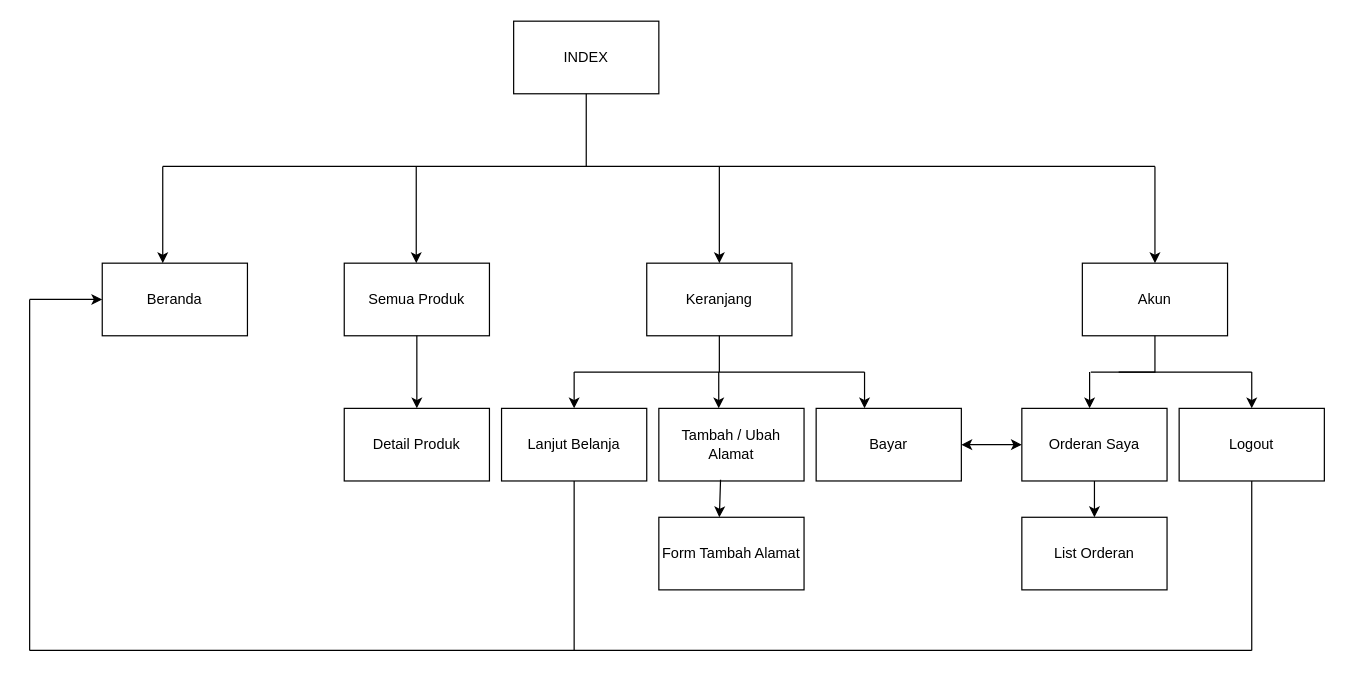
Above: docs/navigation/user-navigasi.drawio in EvandriRidho/Rizquna-Bakery (draw.io), before the change. Source tidied: cells renumbered, new cells numbered last; positions are measured from the earlier drawing's top-left corner, leaving out a move shared by most shapes. Both pictures are drawn from the tidied source at 121%, with x=0, y=0 at pixel (29, 21).
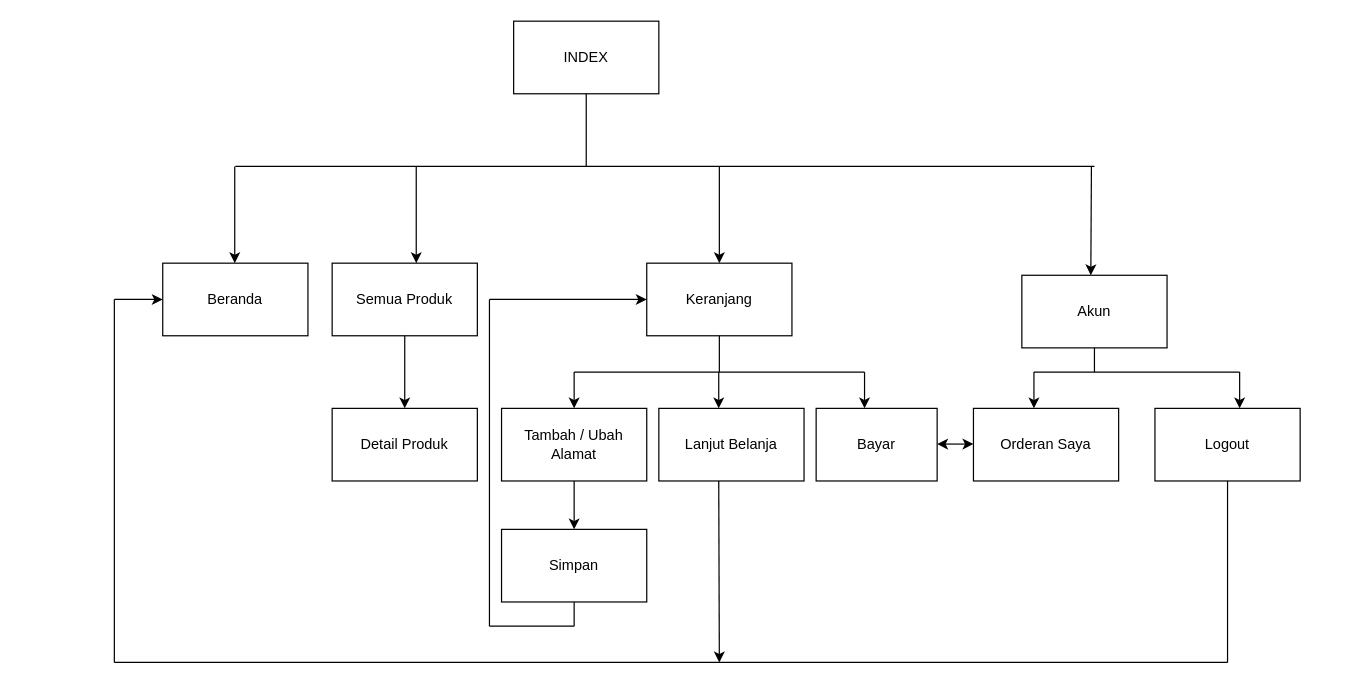
Above is the later version.

Commit message (it also covers changes not shown here):
docs(diagram) : updated admin and user structur naviagtiom

The change refers to these unchanged cells:
```xml
<mxCell id="11" value="Keranjang" style="rounded=0;whiteSpace=wrap;html=1;" parent="1" vertex="1">
  <mxGeometry x="510" y="200" width="120" height="60" as="geometry" />
</mxCell>
```

Change to the diagram source:
```diff
@@
     <mxCell id="3" style="endArrow=none;html=1;rounded=0;" parent="1" edge="1">
       <mxGeometry relative="1" as="geometry">
-        <mxPoint x="110" y="120" as="sourcePoint" />
-        <mxPoint x="930" y="120" as="targetPoint" />
+        <mxPoint x="170" y="120" as="sourcePoint" />
+        <mxPoint x="880" y="120" as="targetPoint" />
       </mxGeometry>
     </mxCell>
     <mxCell id="4" style="endArrow=classic;html=1;rounded=0;" parent="1" edge="1">
       <mxGeometry relative="1" as="geometry">
-        <mxPoint x="110" y="120" as="sourcePoint" />
-        <mxPoint x="110" y="200" as="targetPoint" />
+        <mxPoint x="169.5" y="120" as="sourcePoint" />
+        <mxPoint x="169.5" y="200" as="targetPoint" />
       </mxGeometry>
     </mxCell>
@@
     <mxCell id="7" style="endArrow=classic;html=1;rounded=0;" parent="1" edge="1">
       <mxGeometry relative="1" as="geometry">
-        <mxPoint x="930" y="120" as="sourcePoint" />
-        <mxPoint x="930" y="200" as="targetPoint" />
+        <mxPoint x="877.5" y="120" as="sourcePoint" />
+        <mxPoint x="877" y="210" as="targetPoint" />
       </mxGeometry>
     </mxCell>
     <mxCell id="8" value="Beranda" style="rounded=0;whiteSpace=wrap;html=1;" parent="1" vertex="1">
-      <mxGeometry x="60" y="200" width="120" height="60" as="geometry" />
+      <mxGeometry x="110" y="200" width="120" height="60" as="geometry" />
     </mxCell>
     <mxCell id="9" value="Semua Produk" style="rounded=0;whiteSpace=wrap;html=1;" parent="1" vertex="1">
-      <mxGeometry x="260" y="200" width="120" height="60" as="geometry" />
+      <mxGeometry x="250" y="200" width="120" height="60" as="geometry" />
     </mxCell>
@@
     <mxCell id="14" value="Akun" style="rounded=0;whiteSpace=wrap;html=1;" parent="1" vertex="1">
-      <mxGeometry x="870" y="200" width="120" height="60" as="geometry" />
+      <mxGeometry x="820" y="210" width="120" height="60" as="geometry" />
     </mxCell>
@@
-    <mxCell id="18" value="Lanjut Belanja" style="rounded=0;whiteSpace=wrap;html=1;" parent="1" vertex="1">
+    <mxCell id="18" value="Tambah / Ubah Alamat" style="rounded=0;whiteSpace=wrap;html=1;" parent="1" vertex="1">
       <mxGeometry x="390" y="320" width="120" height="60" as="geometry" />
     </mxCell>
-    <mxCell id="19" value="Tambah / Ubah Alamat" style="rounded=0;whiteSpace=wrap;html=1;" parent="1" vertex="1">
+    <mxCell id="19" value="Lanjut Belanja" style="rounded=0;whiteSpace=wrap;html=1;" parent="1" vertex="1">
       <mxGeometry x="520" y="320" width="120" height="60" as="geometry" />
     </mxCell>
     <mxCell id="20" value="Bayar" style="rounded=0;whiteSpace=wrap;html=1;" parent="1" vertex="1">
-      <mxGeometry x="650" y="320" width="120" height="60" as="geometry" />
+      <mxGeometry x="650" y="320" width="100" height="60" as="geometry" />
     </mxCell>
-    <mxCell id="21" style="endArrow=classic;html=1;rounded=0;exitX=0.425;exitY=0.983;exitDx=0;exitDy=0;exitPerimeter=0;" parent="1" edge="1" source="19">
-      <mxGeometry relative="1" as="geometry">
-        <mxPoint x="570" y="410" as="targetPoint" />
-      </mxGeometry>
-    </mxCell>
-    <mxCell id="22" value="Form Tambah Alamat" style="rounded=0;whiteSpace=wrap;html=1;" parent="1" vertex="1">
-      <mxGeometry x="520" y="410" width="120" height="60" as="geometry" />
+    <mxCell id="22" value="Simpan" style="rounded=0;whiteSpace=wrap;html=1;" parent="1" vertex="1">
+      <mxGeometry x="390" y="420" width="120" height="60" as="geometry" />
     </mxCell>
-    <mxCell id="23" style="endArrow=none;html=1;rounded=0;entryX=0.5;entryY=1;entryDx=0;entryDy=0;" parent="1" edge="1" target="14">
-      <mxGeometry relative="1" as="geometry">
-        <mxPoint x="900" y="290" as="sourcePoint" />
-        <Array as="points">
-          <mxPoint x="930" y="290" />
-        </Array>
-      </mxGeometry>
-    </mxCell>
-    <mxCell id="24" style="endArrow=none;html=1;rounded=0;" parent="1" edge="1">
-      <mxGeometry relative="1" as="geometry">
-        <mxPoint x="877" y="290" as="sourcePoint" />
-        <mxPoint x="1010" y="290" as="targetPoint" />
-        <Array as="points">
-          <mxPoint x="937" y="290" />
-        </Array>
-      </mxGeometry>
-    </mxCell>
-    <mxCell id="25" style="endArrow=classic;html=1;rounded=0;" parent="1" edge="1">
-      <mxGeometry relative="1" as="geometry">
-        <mxPoint x="876" y="290" as="sourcePoint" />
-        <mxPoint x="876" y="320" as="targetPoint" />
-      </mxGeometry>
-    </mxCell>
-    <mxCell id="26" style="endArrow=classic;html=1;rounded=0;" parent="1" edge="1">
-      <mxGeometry relative="1" as="geometry">
-        <mxPoint x="1010" y="290" as="sourcePoint" />
-        <mxPoint x="1010" y="320" as="targetPoint" />
-      </mxGeometry>
-    </mxCell>
     <mxCell id="27" value="Orderan Saya" style="rounded=0;whiteSpace=wrap;html=1;" parent="1" vertex="1">
-      <mxGeometry x="820" y="320" width="120" height="60" as="geometry" />
+      <mxGeometry x="780" y="320" width="120" height="60" as="geometry" />
     </mxCell>
     <mxCell id="28" value="Logout" style="rounded=0;whiteSpace=wrap;html=1;" parent="1" vertex="1">
-      <mxGeometry x="950" y="320" width="120" height="60" as="geometry" />
+      <mxGeometry x="930" y="320" width="120" height="60" as="geometry" />
     </mxCell>
-    <mxCell id="29" style="endArrow=classic;startArrow=classic;html=1;rounded=0;" parent="1" edge="1" target="27">
+    <mxCell id="29" style="endArrow=classic;startArrow=classic;html=1;rounded=0;" parent="1" edge="1">
       <mxGeometry relative="1" as="geometry">
-        <mxPoint x="770" y="350" as="sourcePoint" />
+        <mxPoint x="750" y="349.5" as="sourcePoint" />
+        <mxPoint x="780" y="349.5" as="targetPoint" />
       </mxGeometry>
     </mxCell>
-    <mxCell id="30" style="endArrow=classic;html=1;rounded=0;exitX=0.5;exitY=1;exitDx=0;exitDy=0;" parent="1" edge="1" source="27">
-      <mxGeometry relative="1" as="geometry">
-        <mxPoint x="880" y="410" as="targetPoint" />
-      </mxGeometry>
-    </mxCell>
-    <mxCell id="31" value="List Orderan" style="rounded=0;whiteSpace=wrap;html=1;" parent="1" vertex="1">
-      <mxGeometry x="820" y="410" width="120" height="60" as="geometry" />
-    </mxCell>
     <mxCell id="32" style="endArrow=none;html=1;rounded=0;entryX=0.5;entryY=1;entryDx=0;entryDy=0;" parent="1" edge="1" target="28">
       <mxGeometry relative="1" as="geometry">
-        <mxPoint x="1010" y="520" as="sourcePoint" />
+        <mxPoint x="990" y="530" as="sourcePoint" />
       </mxGeometry>
     </mxCell>
     <mxCell id="33" style="endArrow=none;html=1;rounded=0;" parent="1" edge="1">
       <mxGeometry relative="1" as="geometry">
-        <mxPoint y="520" as="sourcePoint" />
-        <mxPoint x="1010" y="520" as="targetPoint" />
+        <mxPoint x="70" y="530" as="sourcePoint" />
+        <mxPoint x="990" y="530" as="targetPoint" />
       </mxGeometry>
     </mxCell>
     <mxCell id="34" style="endArrow=none;html=1;rounded=0;" parent="1" edge="1">
       <mxGeometry relative="1" as="geometry">
-        <mxPoint y="520" as="sourcePoint" />
-        <mxPoint y="230" as="targetPoint" />
+        <mxPoint x="70" y="530" as="sourcePoint" />
+        <mxPoint x="70" y="230" as="targetPoint" />
       </mxGeometry>
     </mxCell>
     <mxCell id="35" style="endArrow=classic;html=1;rounded=0;entryX=0;entryY=0.5;entryDx=0;entryDy=0;" parent="1" edge="1" target="8">
       <mxGeometry relative="1" as="geometry">
-        <mxPoint y="230" as="sourcePoint" />
+        <mxPoint x="70" y="230" as="sourcePoint" />
       </mxGeometry>
     </mxCell>
-    <mxCell id="36" style="endArrow=none;html=1;rounded=0;exitX=0.5;exitY=1;exitDx=0;exitDy=0;" parent="1" edge="1" source="18">
-      <mxGeometry relative="1" as="geometry">
-        <mxPoint x="450" y="520" as="targetPoint" />
-      </mxGeometry>
-    </mxCell>
@@
     <mxCell id="38" value="Detail Produk" style="rounded=0;whiteSpace=wrap;html=1;" parent="1" vertex="1">
-      <mxGeometry x="260" y="320" width="120" height="60" as="geometry" />
+      <mxGeometry x="250" y="320" width="120" height="60" as="geometry" />
     </mxCell>
+    <mxCell id="39" style="endArrow=classic;html=1;rounded=0;exitX=0.5;exitY=1;exitDx=0;exitDy=0;" parent="1" edge="1" source="18">
+      <mxGeometry relative="1" as="geometry">
+        <mxPoint x="450" y="420" as="targetPoint" />
+      </mxGeometry>
+    </mxCell>
+    <mxCell id="40" style="endArrow=none;html=1;rounded=0;entryX=0.5;entryY=1;entryDx=0;entryDy=0;" parent="1" edge="1" target="14">
+      <mxGeometry relative="1" as="geometry">
+        <mxPoint x="880" y="290" as="sourcePoint" />
+      </mxGeometry>
+    </mxCell>
+    <mxCell id="41" style="endArrow=none;html=1;rounded=0;" parent="1" edge="1">
+      <mxGeometry relative="1" as="geometry">
+        <mxPoint x="830" y="290" as="sourcePoint" />
+        <mxPoint x="1000" y="290" as="targetPoint" />
+      </mxGeometry>
+    </mxCell>
+    <mxCell id="42" style="endArrow=classic;html=1;rounded=0;" parent="1" edge="1">
+      <mxGeometry relative="1" as="geometry">
+        <mxPoint x="1000" y="290" as="sourcePoint" />
+        <mxPoint x="1000" y="320" as="targetPoint" />
+      </mxGeometry>
+    </mxCell>
+    <mxCell id="43" style="endArrow=classic;html=1;rounded=0;" parent="1" edge="1">
+      <mxGeometry relative="1" as="geometry">
+        <mxPoint x="830" y="290" as="sourcePoint" />
+        <mxPoint x="830" y="320" as="targetPoint" />
+      </mxGeometry>
+    </mxCell>
+    <mxCell id="44" style="endArrow=classic;html=1;rounded=0;exitX=0.5;exitY=1;exitDx=0;exitDy=0;" parent="1" edge="1">
+      <mxGeometry relative="1" as="geometry">
+        <mxPoint x="569.5" y="380" as="sourcePoint" />
+        <mxPoint x="570" y="530" as="targetPoint" />
+      </mxGeometry>
+    </mxCell>
+    <mxCell id="45" style="endArrow=none;html=1;rounded=0;" parent="1" edge="1">
+      <mxGeometry relative="1" as="geometry">
+        <mxPoint x="450" y="500" as="sourcePoint" />
+        <mxPoint x="450" y="480" as="targetPoint" />
+      </mxGeometry>
+    </mxCell>
+    <mxCell id="46" style="endArrow=none;html=1;rounded=0;" parent="1" edge="1">
+      <mxGeometry relative="1" as="geometry">
+        <mxPoint x="380" y="500" as="sourcePoint" />
+        <mxPoint x="450" y="500" as="targetPoint" />
+      </mxGeometry>
+    </mxCell>
+    <mxCell id="47" style="endArrow=none;html=1;rounded=0;" parent="1" edge="1">
+      <mxGeometry relative="1" as="geometry">
+        <mxPoint x="380" y="500" as="sourcePoint" />
+        <mxPoint x="380" y="230" as="targetPoint" />
+      </mxGeometry>
+    </mxCell>
+    <mxCell id="48" style="endArrow=classic;html=1;rounded=0;entryX=0;entryY=0.5;entryDx=0;entryDy=0;" parent="1" edge="1" target="11">
+      <mxGeometry relative="1" as="geometry">
+        <mxPoint x="380" y="230" as="sourcePoint" />
+      </mxGeometry>
+    </mxCell>
```
